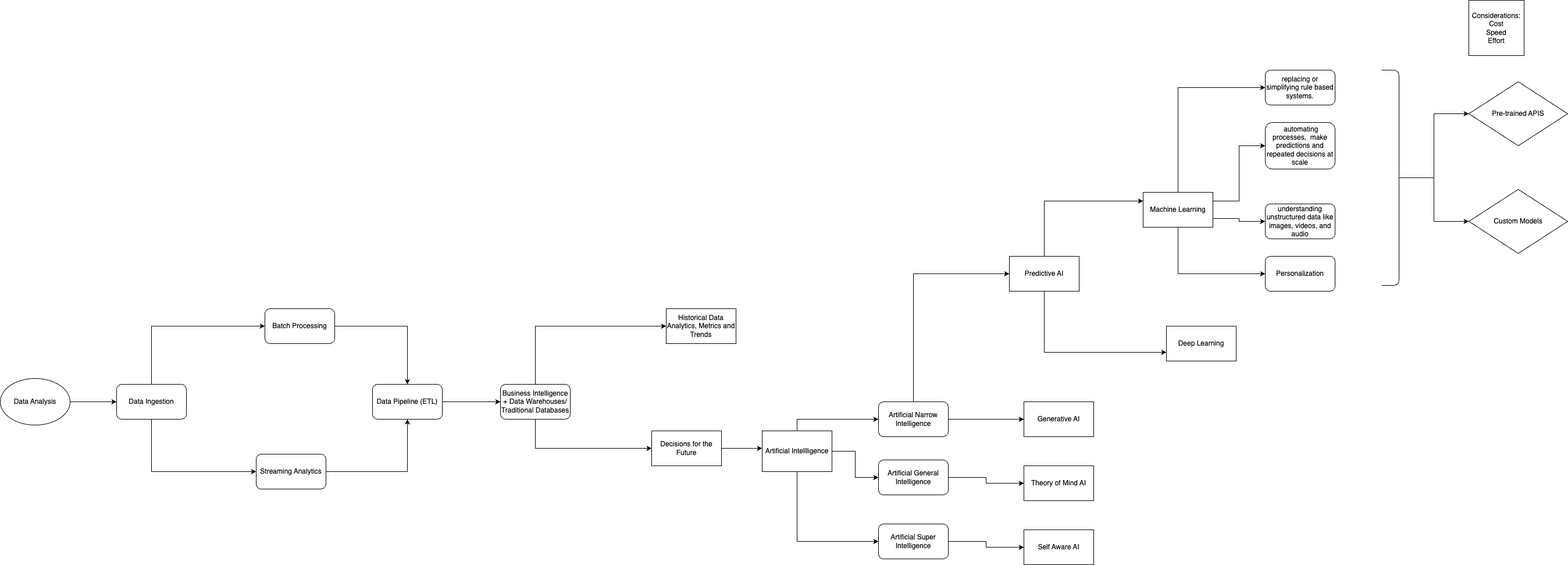
bcgov/architect-for-bcgov keeps this draw.io diagram as docs/pictures/data-analysis.png. Above is the earlier version. Source tidied: cells renumbered, new cells last; positions are measured from the earlier drawing's top-left corner, leaving out a move shared by most shapes.
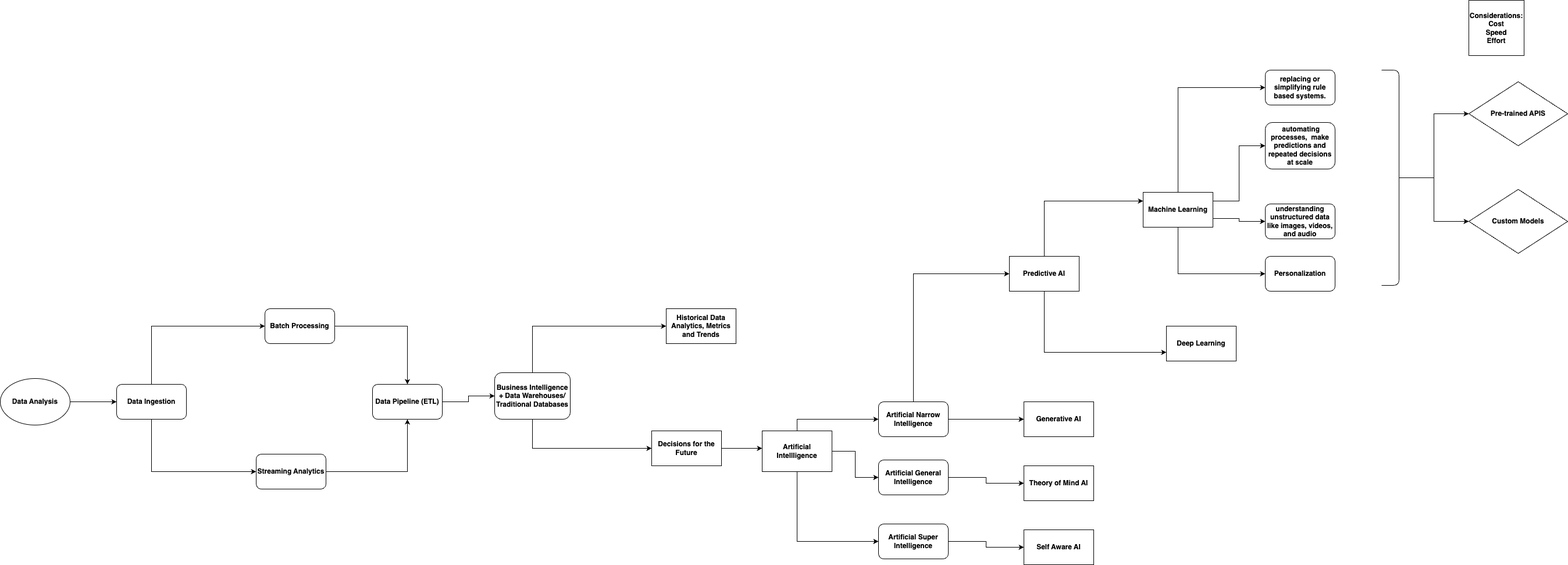
The same file after the commit.

Commit message:
add-data-ai-content

Diff of the diagram source:
```diff
@@ -2,156 +2,156 @@
   <root>
     <mxCell id="0" />
     <mxCell id="1" parent="0" />
-    <mxCell id="2" style="edgeStyle=orthogonalEdgeStyle;rounded=0;jettySize=auto;html=1;exitX=1;exitY=0.5;exitDx=0;exitDy=0;" parent="1" edge="1" source="3" target="13">
+    <mxCell id="2" style="edgeStyle=orthogonalEdgeStyle;rounded=0;jettySize=auto;html=1;exitX=1;exitY=0.5;exitDx=0;exitDy=0;fontStyle=1;" parent="1" edge="1" source="3" target="13">
       <mxGeometry relative="1" as="geometry" />
     </mxCell>
-    <mxCell id="3" value="Data Analysis" style="ellipse;whiteSpace=wrap;html=1;" parent="1" vertex="1">
+    <mxCell id="3" value="Data Analysis" style="ellipse;whiteSpace=wrap;html=1;fontStyle=1;" parent="1" vertex="1">
       <mxGeometry y="650" width="120" height="80" as="geometry" />
     </mxCell>
-    <mxCell id="4" style="edgeStyle=orthogonalEdgeStyle;rounded=0;jettySize=auto;html=1;exitX=0.5;exitY=0;exitDx=0;exitDy=0;entryX=0;entryY=0.5;entryDx=0;entryDy=0;" parent="1" edge="1" source="6" target="16">
+    <mxCell id="4" style="edgeStyle=orthogonalEdgeStyle;rounded=0;jettySize=auto;html=1;exitX=0.5;exitY=0;exitDx=0;exitDy=0;entryX=0;entryY=0.5;entryDx=0;entryDy=0;fontStyle=1;" parent="1" edge="1" source="6" target="16">
       <mxGeometry relative="1" as="geometry" />
     </mxCell>
-    <mxCell id="5" style="edgeStyle=orthogonalEdgeStyle;rounded=0;jettySize=auto;html=1;entryX=0;entryY=0.5;entryDx=0;entryDy=0;exitX=0.5;exitY=1;exitDx=0;exitDy=0;" parent="1" edge="1" source="6" target="18">
+    <mxCell id="5" style="edgeStyle=orthogonalEdgeStyle;rounded=0;jettySize=auto;html=1;entryX=0;entryY=0.5;entryDx=0;entryDy=0;exitX=0.5;exitY=1;exitDx=0;exitDy=0;fontStyle=1;" parent="1" edge="1" source="6" target="18">
       <mxGeometry relative="1" as="geometry" />
     </mxCell>
-    <mxCell id="6" value="Business Intelligence + Data Warehouses/ Traditional Databases" style="rounded=1;whiteSpace=wrap;html=1;" parent="1" vertex="1">
-      <mxGeometry x="860" y="660" width="120" height="60" as="geometry" />
+    <mxCell id="6" value="Business Intelligence + Data Warehouses/ Traditional Databases" style="rounded=1;whiteSpace=wrap;html=1;fontStyle=1;" parent="1" vertex="1">
+      <mxGeometry x="850" y="640" width="130" height="80" as="geometry" />
     </mxCell>
-    <mxCell id="7" style="edgeStyle=orthogonalEdgeStyle;rounded=0;jettySize=auto;html=1;entryX=0.5;entryY=0;entryDx=0;entryDy=0;exitX=1;exitY=0.5;exitDx=0;exitDy=0;" parent="1" edge="1" source="8" target="15">
+    <mxCell id="7" style="edgeStyle=orthogonalEdgeStyle;rounded=0;jettySize=auto;html=1;entryX=0.5;entryY=0;entryDx=0;entryDy=0;exitX=1;exitY=0.5;exitDx=0;exitDy=0;fontStyle=1;" parent="1" edge="1" source="8" target="15">
       <mxGeometry relative="1" as="geometry" />
     </mxCell>
-    <mxCell id="8" value="Batch Processing" style="rounded=1;whiteSpace=wrap;html=1;" parent="1" vertex="1">
+    <mxCell id="8" value="Batch Processing" style="rounded=1;whiteSpace=wrap;html=1;fontStyle=1;" parent="1" vertex="1">
       <mxGeometry x="455" y="530" width="120" height="60" as="geometry" />
     </mxCell>
-    <mxCell id="9" style="edgeStyle=orthogonalEdgeStyle;rounded=0;jettySize=auto;html=1;entryX=0.5;entryY=1;entryDx=0;entryDy=0;" parent="1" edge="1" source="10" target="15">
+    <mxCell id="9" style="edgeStyle=orthogonalEdgeStyle;rounded=0;jettySize=auto;html=1;entryX=0.5;entryY=1;entryDx=0;entryDy=0;fontStyle=1;" parent="1" edge="1" source="10" target="15">
       <mxGeometry relative="1" as="geometry" />
     </mxCell>
-    <mxCell id="10" value="Streaming Analytics" style="rounded=1;whiteSpace=wrap;html=1;" parent="1" vertex="1">
+    <mxCell id="10" value="Streaming Analytics" style="rounded=1;whiteSpace=wrap;html=1;fontStyle=1;" parent="1" vertex="1">
       <mxGeometry x="440" y="780" width="120" height="60" as="geometry" />
     </mxCell>
-    <mxCell id="11" style="edgeStyle=orthogonalEdgeStyle;rounded=0;jettySize=auto;html=1;entryX=0;entryY=0.5;entryDx=0;entryDy=0;exitX=0.5;exitY=0;exitDx=0;exitDy=0;" parent="1" edge="1" source="13" target="8">
+    <mxCell id="11" style="edgeStyle=orthogonalEdgeStyle;rounded=0;jettySize=auto;html=1;entryX=0;entryY=0.5;entryDx=0;entryDy=0;exitX=0.5;exitY=0;exitDx=0;exitDy=0;fontStyle=1;" parent="1" edge="1" source="13" target="8">
       <mxGeometry relative="1" as="geometry" />
     </mxCell>
-    <mxCell id="12" style="edgeStyle=orthogonalEdgeStyle;rounded=0;jettySize=auto;html=1;exitX=0.5;exitY=1;exitDx=0;exitDy=0;entryX=0;entryY=0.5;entryDx=0;entryDy=0;" parent="1" edge="1" source="13" target="10">
+    <mxCell id="12" style="edgeStyle=orthogonalEdgeStyle;rounded=0;jettySize=auto;html=1;exitX=0.5;exitY=1;exitDx=0;exitDy=0;entryX=0;entryY=0.5;entryDx=0;entryDy=0;fontStyle=1;" parent="1" edge="1" source="13" target="10">
       <mxGeometry relative="1" as="geometry" />
     </mxCell>
-    <mxCell id="13" value="Data Ingestion" style="rounded=1;whiteSpace=wrap;html=1;" parent="1" vertex="1">
+    <mxCell id="13" value="Data Ingestion" style="rounded=1;whiteSpace=wrap;html=1;fontStyle=1;" parent="1" vertex="1">
       <mxGeometry x="200" y="660" width="120" height="60" as="geometry" />
     </mxCell>
-    <mxCell id="14" style="edgeStyle=orthogonalEdgeStyle;rounded=0;jettySize=auto;html=1;entryX=0;entryY=0.5;entryDx=0;entryDy=0;" parent="1" edge="1" source="15" target="6">
+    <mxCell id="14" style="edgeStyle=orthogonalEdgeStyle;rounded=0;jettySize=auto;html=1;entryX=0;entryY=0.5;entryDx=0;entryDy=0;fontStyle=1;" parent="1" edge="1" source="15" target="6">
       <mxGeometry relative="1" as="geometry" />
     </mxCell>
-    <mxCell id="15" value="Data Pipeline (ETL)" style="rounded=1;whiteSpace=wrap;html=1;" parent="1" vertex="1">
+    <mxCell id="15" value="Data Pipeline (ETL)" style="rounded=1;whiteSpace=wrap;html=1;fontStyle=1;" parent="1" vertex="1">
       <mxGeometry x="640" y="660" width="120" height="60" as="geometry" />
     </mxCell>
-    <mxCell id="16" value="Historical Data Analytics, Metrics and Trends" style="rounded=0;whiteSpace=wrap;html=1;" parent="1" vertex="1">
+    <mxCell id="16" value="Historical Data Analytics, Metrics and Trends" style="rounded=0;whiteSpace=wrap;html=1;fontStyle=1;" parent="1" vertex="1">
       <mxGeometry x="1145" y="530" width="120" height="60" as="geometry" />
     </mxCell>
-    <mxCell id="17" style="edgeStyle=orthogonalEdgeStyle;rounded=0;jettySize=auto;html=1;" parent="1" edge="1" source="18">
+    <mxCell id="17" style="edgeStyle=orthogonalEdgeStyle;rounded=0;jettySize=auto;html=1;fontStyle=1;" parent="1" edge="1" source="18">
       <mxGeometry relative="1" as="geometry">
         <mxPoint x="1310" y="770" as="targetPoint" />
       </mxGeometry>
     </mxCell>
-    <mxCell id="18" value="Decisions for the Future" style="rounded=0;whiteSpace=wrap;html=1;" parent="1" vertex="1">
+    <mxCell id="18" value="Decisions for the Future" style="rounded=0;whiteSpace=wrap;html=1;fontStyle=1;" parent="1" vertex="1">
       <mxGeometry x="1120" y="740" width="120" height="60" as="geometry" />
     </mxCell>
-    <mxCell id="19" style="edgeStyle=orthogonalEdgeStyle;rounded=0;jettySize=auto;html=1;exitX=0.5;exitY=0;exitDx=0;exitDy=0;entryX=0;entryY=0.5;entryDx=0;entryDy=0;" parent="1" edge="1" source="21" target="24">
+    <mxCell id="19" style="edgeStyle=orthogonalEdgeStyle;rounded=0;jettySize=auto;html=1;exitX=0.5;exitY=0;exitDx=0;exitDy=0;entryX=0;entryY=0.5;entryDx=0;entryDy=0;fontStyle=1;" parent="1" edge="1" source="21" target="24">
       <mxGeometry relative="1" as="geometry" />
     </mxCell>
-    <mxCell id="20" style="edgeStyle=orthogonalEdgeStyle;rounded=0;jettySize=auto;html=1;exitX=1;exitY=0.5;exitDx=0;exitDy=0;" parent="1" edge="1" source="21" target="26">
+    <mxCell id="20" style="edgeStyle=orthogonalEdgeStyle;rounded=0;jettySize=auto;html=1;exitX=1;exitY=0.5;exitDx=0;exitDy=0;fontStyle=1;" parent="1" edge="1" source="21" target="26">
       <mxGeometry relative="1" as="geometry" />
     </mxCell>
-    <mxCell id="21" value="Artificial Intellligence" style="rounded=0;whiteSpace=wrap;html=1;" parent="1" vertex="1">
+    <mxCell id="21" value="Artificial Intellligence" style="rounded=0;whiteSpace=wrap;html=1;fontStyle=1;" parent="1" vertex="1">
       <mxGeometry x="1310" y="740" width="120" height="70" as="geometry" />
     </mxCell>
-    <mxCell id="22" style="edgeStyle=orthogonalEdgeStyle;rounded=0;jettySize=auto;html=1;entryX=0;entryY=0.5;entryDx=0;entryDy=0;exitX=0.5;exitY=0;exitDx=0;exitDy=0;" parent="1" edge="1" source="24" target="31">
+    <mxCell id="22" style="edgeStyle=orthogonalEdgeStyle;rounded=0;jettySize=auto;html=1;entryX=0;entryY=0.5;entryDx=0;entryDy=0;exitX=0.5;exitY=0;exitDx=0;exitDy=0;fontStyle=1;" parent="1" edge="1" source="24" target="31">
       <mxGeometry relative="1" as="geometry" />
     </mxCell>
-    <mxCell id="23" style="edgeStyle=orthogonalEdgeStyle;rounded=0;jettySize=auto;html=1;exitX=1;exitY=0.5;exitDx=0;exitDy=0;" parent="1" edge="1" source="24" target="32">
+    <mxCell id="23" style="edgeStyle=orthogonalEdgeStyle;rounded=0;jettySize=auto;html=1;exitX=1;exitY=0.5;exitDx=0;exitDy=0;fontStyle=1;" parent="1" edge="1" source="24" target="32">
       <mxGeometry relative="1" as="geometry" />
     </mxCell>
-    <mxCell id="24" value="Artificial Narrow Intelligence" style="rounded=1;whiteSpace=wrap;html=1;" parent="1" vertex="1">
+    <mxCell id="24" value="Artificial Narrow Intelligence" style="rounded=1;whiteSpace=wrap;html=1;fontStyle=1;" parent="1" vertex="1">
       <mxGeometry x="1510" y="690" width="120" height="60" as="geometry" />
     </mxCell>
-    <mxCell id="25" style="edgeStyle=orthogonalEdgeStyle;rounded=0;jettySize=auto;html=1;" parent="1" edge="1" source="26" target="50">
+    <mxCell id="25" style="edgeStyle=orthogonalEdgeStyle;rounded=0;jettySize=auto;html=1;fontStyle=1;" parent="1" edge="1" source="26" target="50">
       <mxGeometry relative="1" as="geometry" />
     </mxCell>
-    <mxCell id="26" value="Artificial General Intelligence" style="rounded=1;whiteSpace=wrap;html=1;" parent="1" vertex="1">
+    <mxCell id="26" value="Artificial General Intelligence" style="rounded=1;whiteSpace=wrap;html=1;fontStyle=1;" parent="1" vertex="1">
       <mxGeometry x="1510" y="790" width="120" height="60" as="geometry" />
     </mxCell>
-    <mxCell id="27" style="edgeStyle=orthogonalEdgeStyle;rounded=0;jettySize=auto;html=1;entryX=0;entryY=0.5;entryDx=0;entryDy=0;" parent="1" edge="1" source="28" target="51">
+    <mxCell id="27" style="edgeStyle=orthogonalEdgeStyle;rounded=0;jettySize=auto;html=1;entryX=0;entryY=0.5;entryDx=0;entryDy=0;fontStyle=1;" parent="1" edge="1" source="28" target="51">
       <mxGeometry relative="1" as="geometry" />
     </mxCell>
-    <mxCell id="28" value="Artificial Super Intelligence" style="rounded=1;whiteSpace=wrap;html=1;" parent="1" vertex="1">
+    <mxCell id="28" value="Artificial Super Intelligence" style="rounded=1;whiteSpace=wrap;html=1;fontStyle=1;" parent="1" vertex="1">
       <mxGeometry x="1510" y="900" width="120" height="60" as="geometry" />
     </mxCell>
-    <mxCell id="29" style="edgeStyle=orthogonalEdgeStyle;rounded=0;jettySize=auto;html=1;entryX=0;entryY=0.25;entryDx=0;entryDy=0;exitX=0.5;exitY=0;exitDx=0;exitDy=0;" parent="1" edge="1" source="31" target="36">
+    <mxCell id="29" style="edgeStyle=orthogonalEdgeStyle;rounded=0;jettySize=auto;html=1;entryX=0;entryY=0.25;entryDx=0;entryDy=0;exitX=0.5;exitY=0;exitDx=0;exitDy=0;fontStyle=1;" parent="1" edge="1" source="31" target="36">
       <mxGeometry relative="1" as="geometry" />
     </mxCell>
-    <mxCell id="30" style="edgeStyle=orthogonalEdgeStyle;rounded=0;jettySize=auto;html=1;entryX=0;entryY=0.75;entryDx=0;entryDy=0;exitX=0.5;exitY=1;exitDx=0;exitDy=0;" parent="1" edge="1" source="31" target="38">
+    <mxCell id="30" style="edgeStyle=orthogonalEdgeStyle;rounded=0;jettySize=auto;html=1;entryX=0;entryY=0.75;entryDx=0;entryDy=0;exitX=0.5;exitY=1;exitDx=0;exitDy=0;fontStyle=1;" parent="1" edge="1" source="31" target="38">
       <mxGeometry relative="1" as="geometry" />
     </mxCell>
-    <mxCell id="31" value="Predictive AI" style="rounded=0;whiteSpace=wrap;html=1;" parent="1" vertex="1">
+    <mxCell id="31" value="Predictive AI" style="rounded=0;whiteSpace=wrap;html=1;fontStyle=1;" parent="1" vertex="1">
       <mxGeometry x="1735" y="440" width="120" height="60" as="geometry" />
     </mxCell>
-    <mxCell id="32" value="Generative AI" style="rounded=0;whiteSpace=wrap;html=1;" parent="1" vertex="1">
+    <mxCell id="32" value="Generative AI" style="rounded=0;whiteSpace=wrap;html=1;fontStyle=1;" parent="1" vertex="1">
       <mxGeometry x="1760" y="690" width="120" height="60" as="geometry" />
     </mxCell>
-    <mxCell id="33" style="edgeStyle=orthogonalEdgeStyle;rounded=0;jettySize=auto;html=1;entryX=0;entryY=0.5;entryDx=0;entryDy=0;exitX=0.5;exitY=0;exitDx=0;exitDy=0;" parent="1" edge="1" source="36" target="39">
+    <mxCell id="33" style="edgeStyle=orthogonalEdgeStyle;rounded=0;jettySize=auto;html=1;entryX=0;entryY=0.5;entryDx=0;entryDy=0;exitX=0.5;exitY=0;exitDx=0;exitDy=0;fontStyle=1;" parent="1" edge="1" source="36" target="39">
       <mxGeometry relative="1" as="geometry" />
     </mxCell>
-    <mxCell id="34" style="edgeStyle=orthogonalEdgeStyle;rounded=0;jettySize=auto;html=1;exitX=1;exitY=0.75;exitDx=0;exitDy=0;entryX=0;entryY=0.5;entryDx=0;entryDy=0;" parent="1" edge="1" source="36" target="41">
+    <mxCell id="34" style="edgeStyle=orthogonalEdgeStyle;rounded=0;jettySize=auto;html=1;exitX=1;exitY=0.75;exitDx=0;exitDy=0;entryX=0;entryY=0.5;entryDx=0;entryDy=0;fontStyle=1;" parent="1" edge="1" source="36" target="41">
       <mxGeometry relative="1" as="geometry" />
     </mxCell>
-    <mxCell id="35" style="edgeStyle=orthogonalEdgeStyle;rounded=0;jettySize=auto;html=1;entryX=0;entryY=0.5;entryDx=0;entryDy=0;exitX=0.5;exitY=1;exitDx=0;exitDy=0;" parent="1" edge="1" source="36" target="43">
+    <mxCell id="35" style="edgeStyle=orthogonalEdgeStyle;rounded=0;jettySize=auto;html=1;entryX=0;entryY=0.5;entryDx=0;entryDy=0;exitX=0.5;exitY=1;exitDx=0;exitDy=0;fontStyle=1;" parent="1" edge="1" source="36" target="43">
       <mxGeometry relative="1" as="geometry" />
     </mxCell>
-    <mxCell id="36" value="Machine Learning" style="rounded=0;whiteSpace=wrap;html=1;" parent="1" vertex="1">
+    <mxCell id="36" value="Machine Learning" style="rounded=0;whiteSpace=wrap;html=1;fontStyle=1;" parent="1" vertex="1">
       <mxGeometry x="1965" y="330" width="120" height="60" as="geometry" />
     </mxCell>
-    <mxCell id="37" style="edgeStyle=orthogonalEdgeStyle;rounded=0;jettySize=auto;html=1;exitX=0.5;exitY=1;exitDx=0;exitDy=0;entryX=0;entryY=0.5;entryDx=0;entryDy=0;" parent="1" edge="1" source="21" target="28">
+    <mxCell id="37" style="edgeStyle=orthogonalEdgeStyle;rounded=0;jettySize=auto;html=1;exitX=0.5;exitY=1;exitDx=0;exitDy=0;entryX=0;entryY=0.5;entryDx=0;entryDy=0;fontStyle=1;" parent="1" edge="1" source="21" target="28">
       <mxGeometry relative="1" as="geometry" />
     </mxCell>
-    <mxCell id="38" value="Deep Learning" style="rounded=0;whiteSpace=wrap;html=1;" parent="1" vertex="1">
+    <mxCell id="38" value="Deep Learning" style="rounded=0;whiteSpace=wrap;html=1;fontStyle=1;" parent="1" vertex="1">
       <mxGeometry x="2005" y="560" width="120" height="60" as="geometry" />
     </mxCell>
-    <mxCell id="39" value="replacing or simplifying rule based systems." style="rounded=1;whiteSpace=wrap;html=1;" parent="1" vertex="1">
+    <mxCell id="39" value="replacing or simplifying rule based systems." style="rounded=1;whiteSpace=wrap;html=1;fontStyle=1;" parent="1" vertex="1">
       <mxGeometry x="2175" y="120" width="120" height="60" as="geometry" />
     </mxCell>
-    <mxCell id="40" value="&amp;nbsp;automating processes,&amp;nbsp;&amp;nbsp;make predictions and repeated decisions at scale" style="rounded=1;whiteSpace=wrap;html=1;" parent="1" vertex="1">
+    <mxCell id="40" value="&amp;nbsp;automating processes,&amp;nbsp;&amp;nbsp;make predictions and repeated decisions at scale" style="rounded=1;whiteSpace=wrap;html=1;fontStyle=1;" parent="1" vertex="1">
       <mxGeometry x="2175" y="210" width="120" height="80" as="geometry" />
     </mxCell>
-    <mxCell id="41" value="understanding unstructured data like images, videos, and audio" style="rounded=1;whiteSpace=wrap;html=1;" parent="1" vertex="1">
+    <mxCell id="41" value="understanding unstructured data like images, videos, and audio" style="rounded=1;whiteSpace=wrap;html=1;fontStyle=1;" parent="1" vertex="1">
       <mxGeometry x="2175" y="350" width="120" height="60" as="geometry" />
     </mxCell>
-    <mxCell id="42" style="edgeStyle=orthogonalEdgeStyle;rounded=0;jettySize=auto;html=1;exitX=1;exitY=0.25;exitDx=0;exitDy=0;entryX=0;entryY=0.5;entryDx=0;entryDy=0;" parent="1" edge="1" source="36" target="40">
+    <mxCell id="42" style="edgeStyle=orthogonalEdgeStyle;rounded=0;jettySize=auto;html=1;exitX=1;exitY=0.25;exitDx=0;exitDy=0;entryX=0;entryY=0.5;entryDx=0;entryDy=0;fontStyle=1;" parent="1" edge="1" source="36" target="40">
       <mxGeometry relative="1" as="geometry" />
     </mxCell>
-    <mxCell id="43" value="Personalization" style="rounded=1;whiteSpace=wrap;html=1;" parent="1" vertex="1">
+    <mxCell id="43" value="Personalization" style="rounded=1;whiteSpace=wrap;html=1;fontStyle=1;" parent="1" vertex="1">
       <mxGeometry x="2175" y="440" width="120" height="60" as="geometry" />
     </mxCell>
-    <mxCell id="44" value="Considerations:&lt;br&gt;Cost&lt;br&gt;Speed&lt;br&gt;Effort" style="whiteSpace=wrap;html=1;" parent="1" vertex="1">
+    <mxCell id="44" value="Considerations:&lt;br&gt;Cost&lt;br&gt;Speed&lt;br&gt;Effort" style="whiteSpace=wrap;html=1;fontStyle=1;" parent="1" vertex="1">
       <mxGeometry x="2525" width="95" height="95" as="geometry" />
     </mxCell>
-    <mxCell id="45" value="Pre-trained APIS" style="rhombus;whiteSpace=wrap;html=1;" parent="1" vertex="1">
+    <mxCell id="45" value="Pre-trained APIS" style="rhombus;whiteSpace=wrap;html=1;fontStyle=1;" parent="1" vertex="1">
       <mxGeometry x="2525" y="140" width="170" height="110" as="geometry" />
     </mxCell>
-    <mxCell id="46" value="Custom Models" style="rhombus;whiteSpace=wrap;html=1;" parent="1" vertex="1">
+    <mxCell id="46" value="Custom Models" style="rhombus;whiteSpace=wrap;html=1;fontStyle=1;" parent="1" vertex="1">
       <mxGeometry x="2525" y="325" width="170" height="110" as="geometry" />
     </mxCell>
-    <mxCell id="47" style="edgeStyle=orthogonalEdgeStyle;rounded=0;jettySize=auto;html=1;entryX=0;entryY=0.5;entryDx=0;entryDy=0;" parent="1" edge="1" source="49" target="45">
+    <mxCell id="47" style="edgeStyle=orthogonalEdgeStyle;rounded=0;jettySize=auto;html=1;entryX=0;entryY=0.5;entryDx=0;entryDy=0;fontStyle=1;" parent="1" edge="1" source="49" target="45">
       <mxGeometry relative="1" as="geometry" />
     </mxCell>
-    <mxCell id="48" style="edgeStyle=orthogonalEdgeStyle;rounded=0;jettySize=auto;html=1;entryX=0;entryY=0.5;entryDx=0;entryDy=0;" parent="1" edge="1" source="49" target="46">
+    <mxCell id="48" style="edgeStyle=orthogonalEdgeStyle;rounded=0;jettySize=auto;html=1;entryX=0;entryY=0.5;entryDx=0;entryDy=0;fontStyle=1;" parent="1" edge="1" source="49" target="46">
       <mxGeometry relative="1" as="geometry" />
     </mxCell>
-    <mxCell id="49" style="shape=curlyBracket;whiteSpace=wrap;html=1;rounded=1;flipH=1;labelPosition=right;verticalLabelPosition=middle;align=left;verticalAlign=middle;size=0;" parent="1" vertex="1">
+    <mxCell id="49" style="shape=curlyBracket;whiteSpace=wrap;html=1;rounded=1;flipH=1;labelPosition=right;verticalLabelPosition=middle;align=left;verticalAlign=middle;size=0;fontStyle=1;" parent="1" vertex="1">
       <mxGeometry x="2375" y="120" width="30" height="370" as="geometry" />
     </mxCell>
-    <mxCell id="50" value="Theory of Mind AI" style="rounded=0;whiteSpace=wrap;html=1;" parent="1" vertex="1">
+    <mxCell id="50" value="Theory of Mind AI" style="rounded=0;whiteSpace=wrap;html=1;fontStyle=1;" parent="1" vertex="1">
       <mxGeometry x="1760" y="800" width="120" height="60" as="geometry" />
     </mxCell>
-    <mxCell id="51" value="Self Aware AI" style="rounded=0;whiteSpace=wrap;html=1;" parent="1" vertex="1">
+    <mxCell id="51" value="Self Aware AI" style="rounded=0;whiteSpace=wrap;html=1;fontStyle=1;" parent="1" vertex="1">
       <mxGeometry x="1760" y="910" width="120" height="60" as="geometry" />
     </mxCell>
   </root>
```
